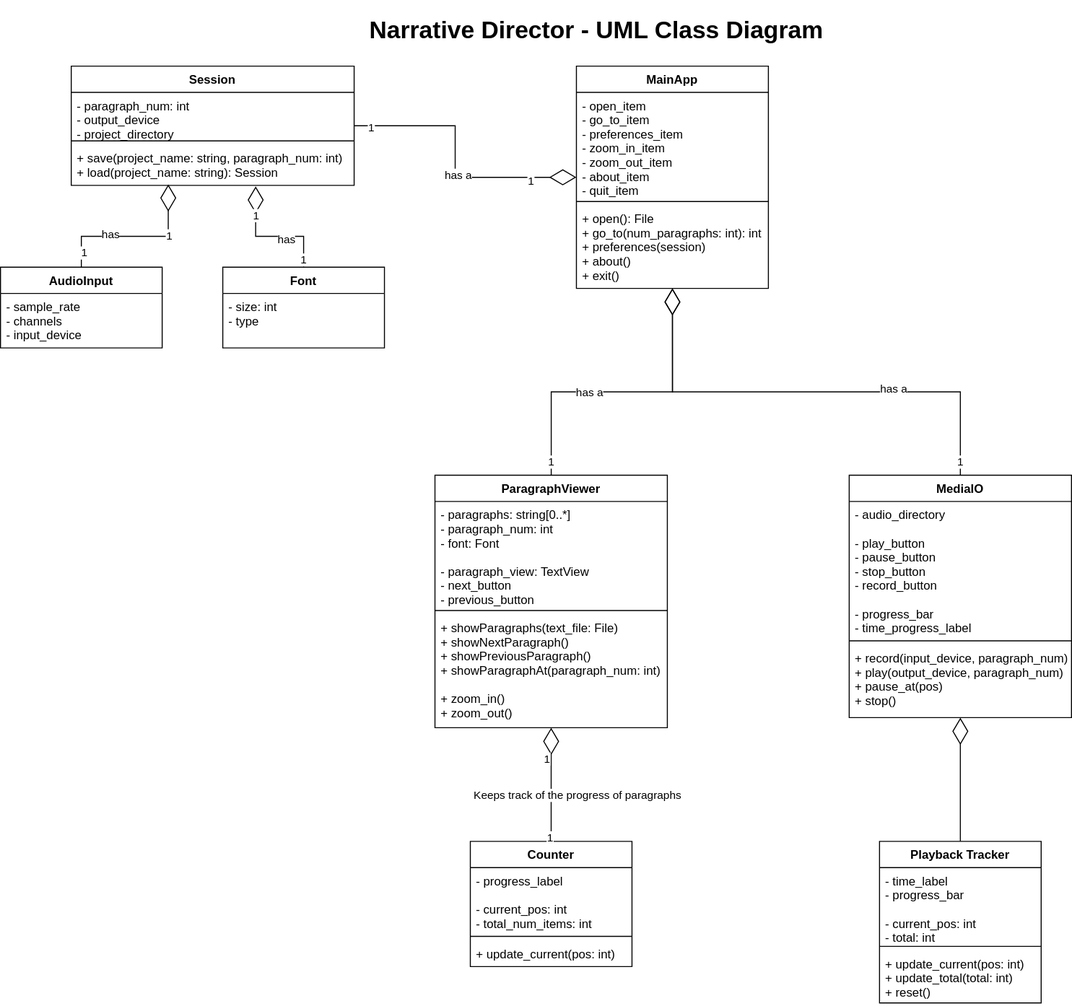
divark/narrative-director-rs keeps this draw.io diagram as docs/img/classdiagram.svg. Above is the earlier version. Source tidied: cells renumbered, new cells last; positions are measured from the earlier drawing's top-left corner, leaving out a move shared by most shapes.
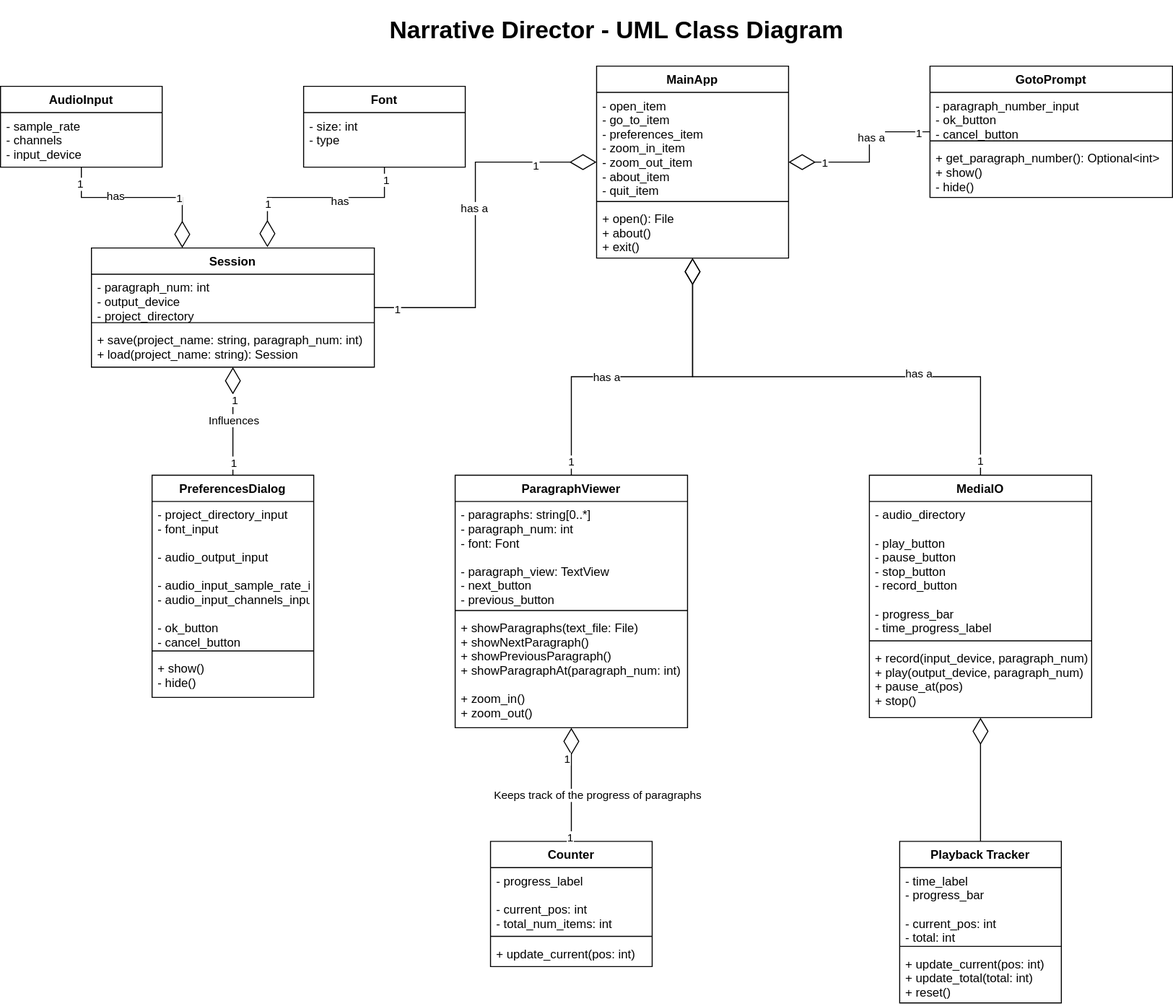
Later version of the same file.

The edit, as a diff of the source:
```diff
@@ -35,8 +35,29 @@
     <mxCell id="12" value="has a" style="edgeLabel;html=1;align=center;verticalAlign=middle;" parent="9" vertex="1">
       <mxGeometry x="0.1" y="2" relative="1" as="geometry" />
     </mxCell>
+    <mxCell id="54" style="edgeStyle=orthogonalEdgeStyle;rounded=0;jettySize=auto;html=1;endArrow=none;endFill=0;startArrow=diamondThin;startFill=0;endSize=6;startSize=24;" parent="1" edge="1" source="13" target="66">
+      <mxGeometry relative="1" as="geometry">
+        <Array as="points">
+          <mxPoint x="210" y="380" />
+          <mxPoint x="210" y="380" />
+        </Array>
+      </mxGeometry>
+    </mxCell>
+    <mxCell id="55" value="Influences" style="edgeLabel;html=1;align=center;verticalAlign=middle;" parent="54" vertex="1">
+      <mxGeometry x="-0.23" relative="1" as="geometry">
+        <mxPoint y="11" as="offset" />
+      </mxGeometry>
+    </mxCell>
+    <mxCell id="56" value="1" style="edgeLabel;html=1;align=center;verticalAlign=middle;" parent="54" vertex="1">
+      <mxGeometry x="0.76" relative="1" as="geometry" />
+    </mxCell>
+    <mxCell id="57" value="1" style="edgeLabel;html=1;align=center;verticalAlign=middle;" parent="54" vertex="1">
+      <mxGeometry x="-0.25" y="1" relative="1" as="geometry">
+        <mxPoint y="-8" as="offset" />
+      </mxGeometry>
+    </mxCell>
     <mxCell id="13" value="Session" style="swimlane;fontStyle=1;align=center;verticalAlign=top;horizontal=1;startSize=26;" parent="1" vertex="1">
-      <mxGeometry x="70" y="50" width="280" height="118" as="geometry" />
+      <mxGeometry x="70" y="230" width="280" height="118" as="geometry" />
     </mxCell>
     <mxCell id="14" value="- paragraph_num: int&#10;- output_device&#10;- project_directory&#10;" style="text;strokeColor=none;fillColor=none;align=left;verticalAlign=top;spacingLeft=4;spacingRight=4;overflow=hidden;" parent="13" vertex="1">
       <mxGeometry y="26" width="280" height="44" as="geometry" />
@@ -75,7 +96,7 @@
         <mxPoint x="24" as="offset" />
       </mxGeometry>
     </mxCell>
-    <mxCell id="25" style="edgeStyle=orthogonalEdgeStyle;rounded=0;jettySize=auto;html=1;endArrow=diamondThin;endFill=0;endSize=24;entryX=0.343;entryY=0.975;entryDx=0;entryDy=0;entryPerimeter=0;" parent="1" edge="1" source="29" target="16">
+    <mxCell id="25" style="edgeStyle=orthogonalEdgeStyle;rounded=0;jettySize=auto;html=1;endArrow=diamondThin;endFill=0;endSize=24;entryX=0.321;entryY=0;entryDx=0;entryDy=0;entryPerimeter=0;" parent="1" edge="1" source="29" target="13">
       <mxGeometry relative="1" as="geometry" />
     </mxCell>
     <mxCell id="26" value="1" style="edgeLabel;html=1;align=center;verticalAlign=middle;" parent="25" vertex="1">
@@ -88,12 +109,12 @@
       <mxGeometry x="-0.3" y="2" relative="1" as="geometry" />
     </mxCell>
     <mxCell id="29" value="AudioInput" style="swimlane;fontStyle=1;align=center;verticalAlign=top;horizontal=1;startSize=26;" parent="1" vertex="1">
-      <mxGeometry y="249" width="160" height="80" as="geometry" />
+      <mxGeometry x="-20" y="70" width="160" height="80" as="geometry" />
     </mxCell>
     <mxCell id="30" value="- sample_rate&#10;- channels&#10;- input_device" style="text;strokeColor=none;fillColor=none;align=left;verticalAlign=top;spacingLeft=4;spacingRight=4;overflow=hidden;" parent="29" vertex="1">
       <mxGeometry y="26" width="160" height="54" as="geometry" />
     </mxCell>
-    <mxCell id="31" style="edgeStyle=orthogonalEdgeStyle;rounded=0;jettySize=auto;html=1;entryX=0.652;entryY=1.025;entryDx=0;entryDy=0;entryPerimeter=0;endArrow=diamondThin;endFill=0;endSize=24;" parent="1" edge="1" source="35" target="16">
+    <mxCell id="31" style="edgeStyle=orthogonalEdgeStyle;rounded=0;jettySize=auto;html=1;entryX=0.622;entryY=-0.006;entryDx=0;entryDy=0;entryPerimeter=0;endArrow=diamondThin;endFill=0;endSize=24;" parent="1" edge="1" source="35" target="13">
       <mxGeometry relative="1" as="geometry" />
     </mxCell>
     <mxCell id="32" value="has" style="edgeLabel;html=1;align=center;verticalAlign=middle;" parent="31" vertex="1">
@@ -108,13 +129,13 @@
       <mxGeometry x="-0.87" y="1" relative="1" as="geometry" />
     </mxCell>
     <mxCell id="35" value="Font" style="swimlane;fontStyle=1;align=center;verticalAlign=top;horizontal=1;startSize=26;" parent="1" vertex="1">
-      <mxGeometry x="220" y="249" width="160" height="80" as="geometry" />
+      <mxGeometry x="280" y="70" width="160" height="80" as="geometry" />
     </mxCell>
     <mxCell id="36" value="- size: int&#10;- type" style="text;strokeColor=none;fillColor=none;align=left;verticalAlign=top;spacingLeft=4;spacingRight=4;overflow=hidden;" parent="35" vertex="1">
       <mxGeometry y="26" width="160" height="54" as="geometry" />
     </mxCell>
     <mxCell id="37" value="MainApp" style="swimlane;fontStyle=1;align=center;verticalAlign=top;horizontal=1;startSize=26;" parent="1" vertex="1">
-      <mxGeometry x="570" y="50" width="190" height="220" as="geometry" />
+      <mxGeometry x="570" y="50" width="190" height="190" as="geometry" />
     </mxCell>
     <mxCell id="38" value="- open_item&#10;- go_to_item&#10;- preferences_item&#10;- zoom_in_item&#10;- zoom_out_item&#10;- about_item&#10;- quit_item" style="text;strokeColor=none;fillColor=none;align=left;verticalAlign=top;spacingLeft=4;spacingRight=4;overflow=hidden;" parent="37" vertex="1">
       <mxGeometry y="26" width="190" height="104" as="geometry" />
@@ -122,8 +143,8 @@
     <mxCell id="39" style="line;strokeWidth=1;fillColor=none;align=left;verticalAlign=middle;spacingTop=-1;spacingLeft=3;spacingRight=3;labelPosition=right;" parent="37" vertex="1">
       <mxGeometry y="130" width="190" height="8" as="geometry" />
     </mxCell>
-    <mxCell id="40" value="+ open(): File&#10;+ go_to(num_paragraphs: int): int&#10;+ preferences(session)&#10;+ about()&#10;+ exit()" style="text;strokeColor=none;fillColor=none;align=left;verticalAlign=top;spacingLeft=4;spacingRight=4;overflow=hidden;" parent="37" vertex="1">
-      <mxGeometry y="138" width="190" height="82" as="geometry" />
+    <mxCell id="40" value="+ open(): File&#10;+ about()&#10;+ exit()" style="text;strokeColor=none;fillColor=none;align=left;verticalAlign=top;spacingLeft=4;spacingRight=4;overflow=hidden;" parent="37" vertex="1">
+      <mxGeometry y="138" width="190" height="52" as="geometry" />
     </mxCell>
     <mxCell id="41" value="&lt;h1&gt;Narrative Director - UML Class Diagram&lt;br&gt;&lt;/h1&gt;" style="text;html=1;strokeColor=none;fillColor=none;align=center;verticalAlign=middle;whiteSpace=wrap;rounded=0;" parent="1" vertex="1">
       <mxGeometry x="360" width="460" height="30" as="geometry" />
@@ -164,5 +185,43 @@
     <mxCell id="53" value="+ update_current(pos: int)&#10;+ update_total(total: int)&#10;+ reset()&#10;" style="text;strokeColor=none;fillColor=none;align=left;verticalAlign=top;spacingLeft=4;spacingRight=4;overflow=hidden;" parent="50" vertex="1">
       <mxGeometry y="108" width="160" height="52" as="geometry" />
     </mxCell>
+    <mxCell id="58" style="edgeStyle=orthogonalEdgeStyle;rounded=0;jettySize=auto;html=1;startArrow=none;startFill=0;endArrow=diamondThin;endFill=0;startSize=6;endSize=24;" parent="1" edge="1" source="62" target="37">
+      <mxGeometry relative="1" as="geometry" />
+    </mxCell>
+    <mxCell id="59" value="1" style="edgeLabel;html=1;align=center;verticalAlign=middle;" parent="58" vertex="1">
+      <mxGeometry x="-0.86" y="1" relative="1" as="geometry" />
+    </mxCell>
+    <mxCell id="60" value="1" style="edgeLabel;html=1;align=center;verticalAlign=middle;" parent="58" vertex="1">
+      <mxGeometry x="0.48" relative="1" as="geometry">
+        <mxPoint x="-9" as="offset" />
+      </mxGeometry>
+    </mxCell>
+    <mxCell id="61" value="has a" style="edgeLabel;html=1;align=center;verticalAlign=middle;" parent="58" vertex="1">
+      <mxGeometry x="-0.23" y="1" relative="1" as="geometry" />
+    </mxCell>
+    <mxCell id="62" value="GotoPrompt" style="swimlane;fontStyle=1;align=center;verticalAlign=top;horizontal=1;startSize=26;" parent="1" vertex="1">
+      <mxGeometry x="900" y="50" width="240" height="130" as="geometry" />
+    </mxCell>
+    <mxCell id="63" value="- paragraph_number_input&#10;- ok_button&#10;- cancel_button" style="text;strokeColor=none;fillColor=none;align=left;verticalAlign=top;spacingLeft=4;spacingRight=4;overflow=hidden;" parent="62" vertex="1">
+      <mxGeometry y="26" width="240" height="44" as="geometry" />
+    </mxCell>
+    <mxCell id="64" style="line;strokeWidth=1;fillColor=none;align=left;verticalAlign=middle;spacingTop=-1;spacingLeft=3;spacingRight=3;labelPosition=right;" parent="62" vertex="1">
+      <mxGeometry y="70" width="240" height="8" as="geometry" />
+    </mxCell>
+    <mxCell id="65" value="+ get_paragraph_number(): Optional&lt;int&gt;&#10;+ show()&#10;- hide()" style="text;strokeColor=none;fillColor=none;align=left;verticalAlign=top;spacingLeft=4;spacingRight=4;overflow=hidden;" parent="62" vertex="1">
+      <mxGeometry y="78" width="240" height="52" as="geometry" />
+    </mxCell>
+    <mxCell id="66" value="PreferencesDialog" style="swimlane;fontStyle=1;align=center;verticalAlign=top;horizontal=1;startSize=26;" parent="1" vertex="1">
+      <mxGeometry x="130" y="455" width="160" height="220" as="geometry" />
+    </mxCell>
+    <mxCell id="67" value="- project_directory_input&#10;- font_input&#10;&#10;- audio_output_input&#10;&#10;- audio_input_sample_rate_input&#10;- audio_input_channels_input&#10;&#10;- ok_button&#10;- cancel_button" style="text;strokeColor=none;fillColor=none;align=left;verticalAlign=top;spacingLeft=4;spacingRight=4;overflow=hidden;" parent="66" vertex="1">
+      <mxGeometry y="26" width="160" height="144" as="geometry" />
+    </mxCell>
+    <mxCell id="68" style="line;strokeWidth=1;fillColor=none;align=left;verticalAlign=middle;spacingTop=-1;spacingLeft=3;spacingRight=3;labelPosition=right;" parent="66" vertex="1">
+      <mxGeometry y="170" width="160" height="8" as="geometry" />
+    </mxCell>
+    <mxCell id="69" value="+ show()&#10;- hide()" style="text;strokeColor=none;fillColor=none;align=left;verticalAlign=top;spacingLeft=4;spacingRight=4;overflow=hidden;" parent="66" vertex="1">
+      <mxGeometry y="178" width="160" height="42" as="geometry" />
+    </mxCell>
   </root>
 </mxGraphModel>
```
